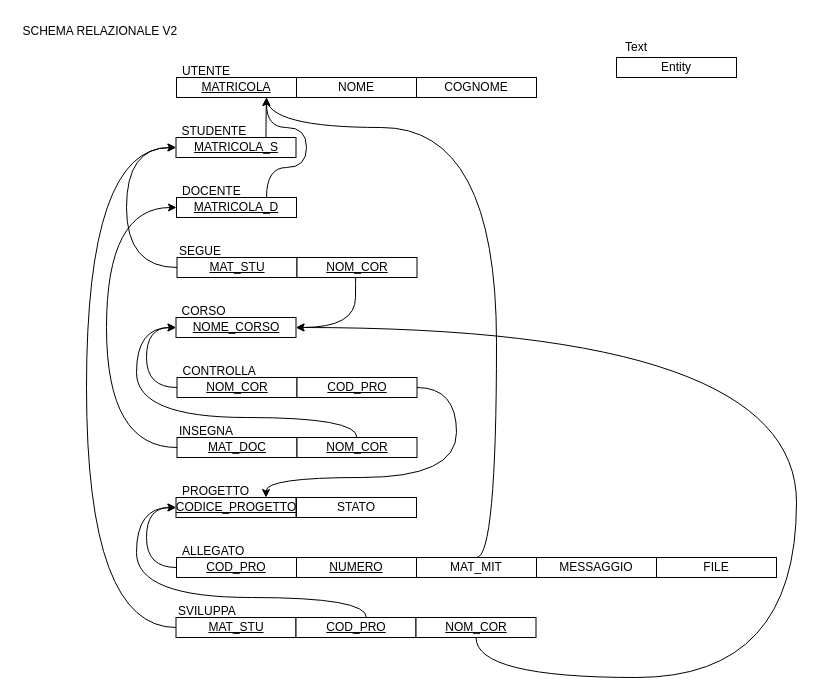
Before: page "SCHEMA_RELAZIONALE" (2 of 5) of prisa_eer.drawio in Cippo95/prisa, a draw.io diagram. Source tidied: cells renumbered, new cells numbered last; positions are measured from the earlier drawing's top-left corner, leaving out a move shared by most shapes. Both pictures are drawn from the tidied source at 100%, with x=0, y=0 at pixel (16, 17).
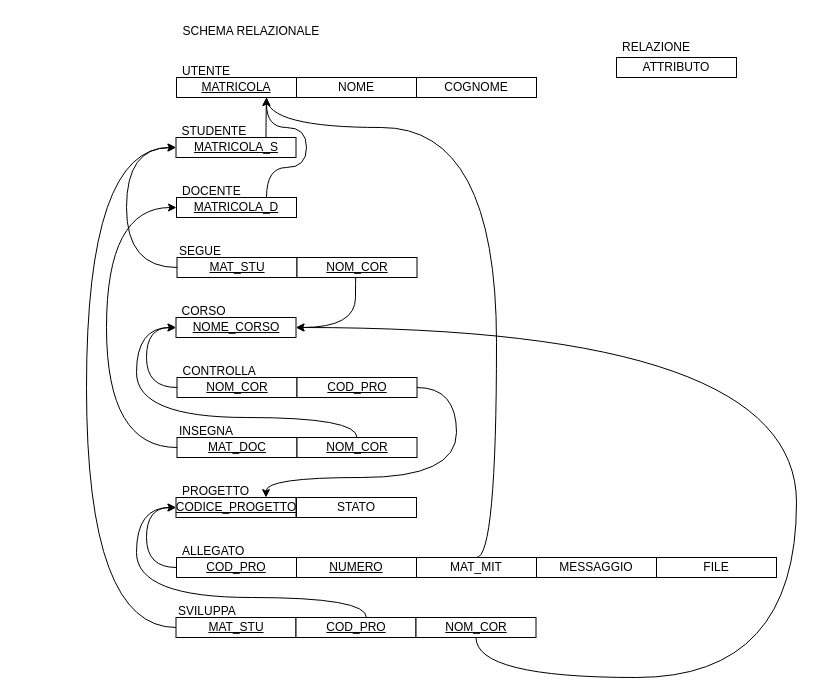
Above is the later version.

The edit, as a diff of the source:
```diff
@@
-    <mxCell id="7" value="Entity" style="whiteSpace=wrap;html=1;align=center;" parent="1" vertex="1">
+    <mxCell id="7" value="ATTRIBUTO" style="whiteSpace=wrap;html=1;align=center;" parent="1" vertex="1">
       <mxGeometry x="600" y="40" width="120" height="20" as="geometry" />
     </mxCell>
@@
-    <mxCell id="18" value="SCHEMA RELAZIONALE V2" style="text;strokeColor=none;fillColor=none;spacingLeft=4;spacingRight=4;overflow=hidden;fontSize=12;" parent="1" vertex="1">
-      <mxGeometry x="0.5" width="210" height="20" as="geometry" />
+    <mxCell id="18" value="SCHEMA RELAZIONALE" style="text;strokeColor=none;fillColor=none;spacingLeft=4;spacingRight=4;overflow=hidden;fontSize=12;" parent="1" vertex="1">
+      <mxGeometry x="160.5" width="159.5" height="20" as="geometry" />
     </mxCell>
@@
-    <mxCell id="48" value="Text" style="text;html=1;strokeColor=none;fillColor=none;align=center;verticalAlign=middle;whiteSpace=wrap;rounded=0;" parent="1" vertex="1">
-      <mxGeometry x="600" y="20" width="40" height="20" as="geometry" />
+    <mxCell id="48" value="RELAZIONE" style="text;html=1;strokeColor=none;fillColor=none;align=center;verticalAlign=middle;whiteSpace=wrap;rounded=0;" parent="1" vertex="1">
+      <mxGeometry x="600" y="20" width="80" height="20" as="geometry" />
     </mxCell>
```
